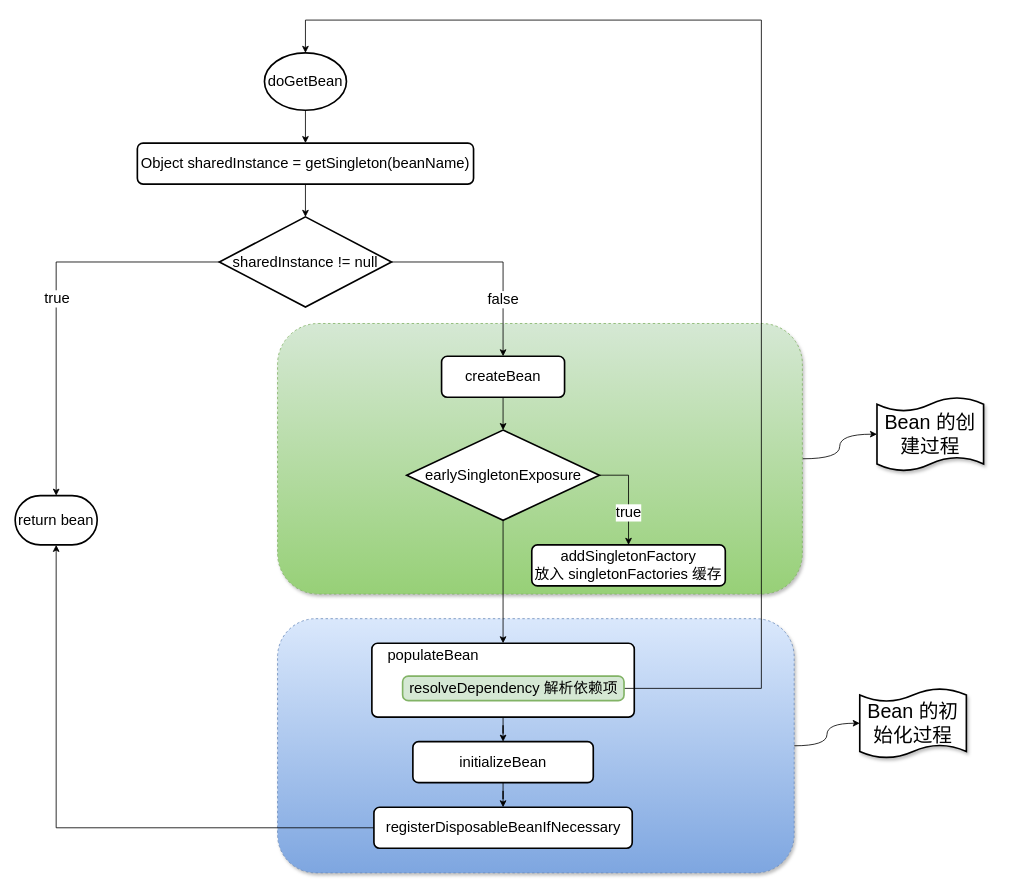
Above: spring/属性和方法注入循环引用.drawio in GitHeP/diagrams (draw.io), before the change. Source tidied: cells renumbered, new cells numbered last; positions are measured from the earlier drawing's top-left corner, leaving out a move shared by most shapes. Both pictures are drawn from the tidied source at 82%, with x=0, y=0 at pixel (15, 20).
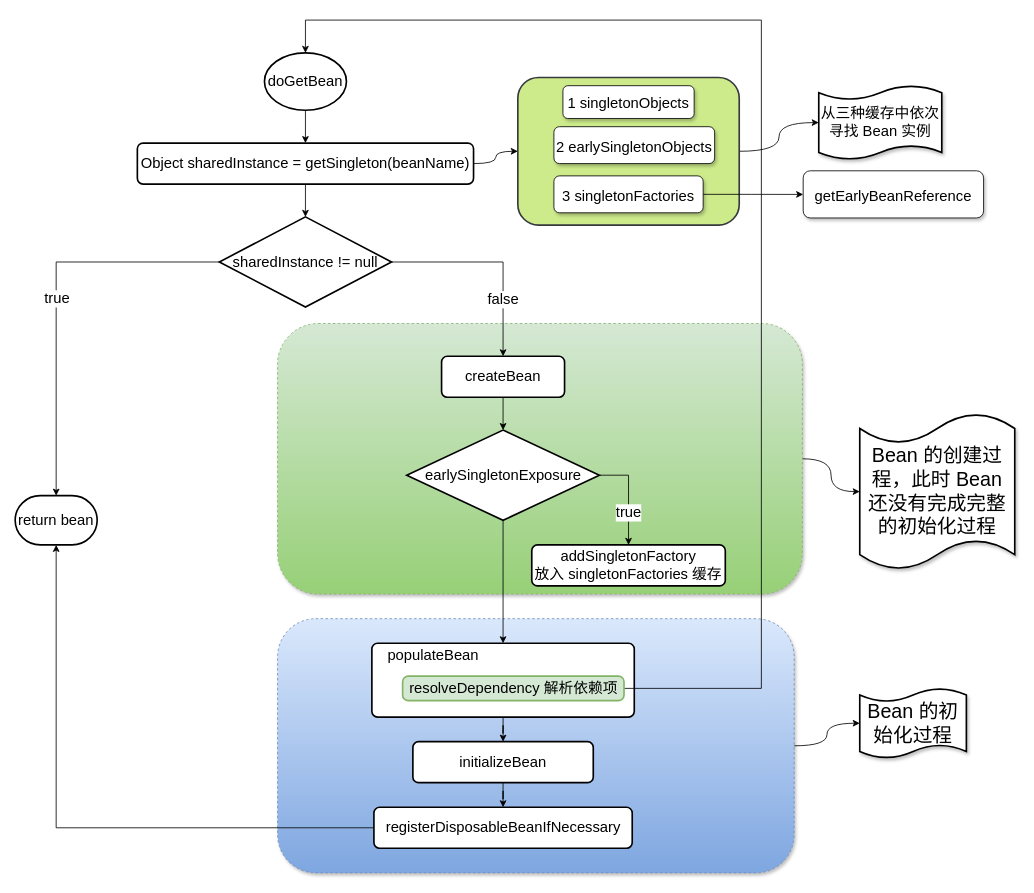
The same page after the edit.

Commit message (it also covers changes not shown here):
更新属性和方法注入循环引用.drawio

Unchanged cells that the change refers to:
```xml
<mxCell id="9" value="Object sharedInstance = getSingleton(beanName)" style="rounded=1;whiteSpace=wrap;html=1;absoluteArcSize=1;arcSize=14;strokeWidth=2;fontSize=18;" parent="1" vertex="1">
  <mxGeometry x="149" y="150" width="410" height="50" as="geometry" />
</mxCell>
```

The edit, as a diff of the source:
```diff
@@
+    <mxCell id="33" style="edgeStyle=orthogonalEdgeStyle;curved=1;jettySize=auto;html=1;fontSize=24;" parent="1" edge="1" source="9" target="35">
+      <mxGeometry relative="1" as="geometry" />
+    </mxCell>
@@
-    <mxCell id="31" value="&lt;font style=&quot;font-size: 24px;&quot;&gt;Bean 的创建过程&lt;/font&gt;" style="shape=tape;whiteSpace=wrap;html=1;strokeWidth=2;size=0.19;rounded=1;shadow=1;glass=0;sketch=0;fontSize=18;" parent="1" vertex="1">
-      <mxGeometry x="1051" y="460" width="130" height="90" as="geometry" />
+    <mxCell id="31" value="&lt;font style=&quot;font-size: 24px;&quot;&gt;Bean 的创建过程，此时 Bean 还没有完成完整的初始化过程&lt;/font&gt;" style="shape=tape;whiteSpace=wrap;html=1;strokeWidth=2;size=0.19;rounded=1;shadow=1;glass=0;sketch=0;fontSize=18;" parent="1" vertex="1">
+      <mxGeometry x="1030" y="480" width="189" height="190" as="geometry" />
     </mxCell>
@@
+    <mxCell id="34" style="edgeStyle=orthogonalEdgeStyle;curved=1;jettySize=auto;html=1;fontSize=18;" parent="1" edge="1" source="35" target="40">
+      <mxGeometry relative="1" as="geometry" />
+    </mxCell>
+    <mxCell id="35" style="whiteSpace=wrap;html=1;fontSize=18;rounded=1;arcSize=14;strokeWidth=2;fillColor=#cdeb8b;strokeColor=#36393d;" parent="1" vertex="1">
+      <mxGeometry x="613" y="70" width="270" height="180" as="geometry" />
+    </mxCell>
+    <mxCell id="36" value="&lt;font style=&quot;font-size: 18px;&quot;&gt;1 singletonObjects&lt;/font&gt;" style="rounded=1;whiteSpace=wrap;html=1;shadow=1;glass=0;sketch=0;fontSize=24;" parent="1" vertex="1">
+      <mxGeometry x="668" y="80" width="160" height="40" as="geometry" />
+    </mxCell>
+    <mxCell id="37" value="&lt;font style=&quot;font-size: 18px;&quot;&gt;2 earlySingletonObjects&lt;/font&gt;" style="rounded=1;whiteSpace=wrap;html=1;shadow=1;glass=0;sketch=0;fontSize=24;" parent="1" vertex="1">
+      <mxGeometry x="657" y="130" width="196" height="45" as="geometry" />
+    </mxCell>
+    <mxCell id="38" style="edgeStyle=orthogonalEdgeStyle;curved=1;jettySize=auto;html=1;fontSize=18;" parent="1" edge="1" source="39" target="41">
+      <mxGeometry relative="1" as="geometry" />
+    </mxCell>
+    <mxCell id="39" value="&lt;font style=&quot;font-size: 18px;&quot;&gt;3 singletonFactories&lt;/font&gt;" style="rounded=1;whiteSpace=wrap;html=1;shadow=1;glass=0;sketch=0;fontSize=24;" parent="1" vertex="1">
+      <mxGeometry x="657" y="190" width="182" height="45" as="geometry" />
+    </mxCell>
+    <mxCell id="40" value="从三种缓存中依次寻找 Bean 实例" style="shape=tape;whiteSpace=wrap;html=1;strokeWidth=2;size=0.19;rounded=1;shadow=1;glass=0;sketch=0;fontSize=18;" parent="1" vertex="1">
+      <mxGeometry x="980" y="80" width="150" height="90" as="geometry" />
+    </mxCell>
+    <mxCell id="41" value="&lt;font style=&quot;font-size: 18px;&quot;&gt;getEarlyBeanReference&lt;/font&gt;" style="whiteSpace=wrap;html=1;fontSize=24;rounded=1;shadow=1;glass=0;sketch=0;" parent="1" vertex="1">
+      <mxGeometry x="961" y="183.8" width="220" height="57.5" as="geometry" />
+    </mxCell>
```
